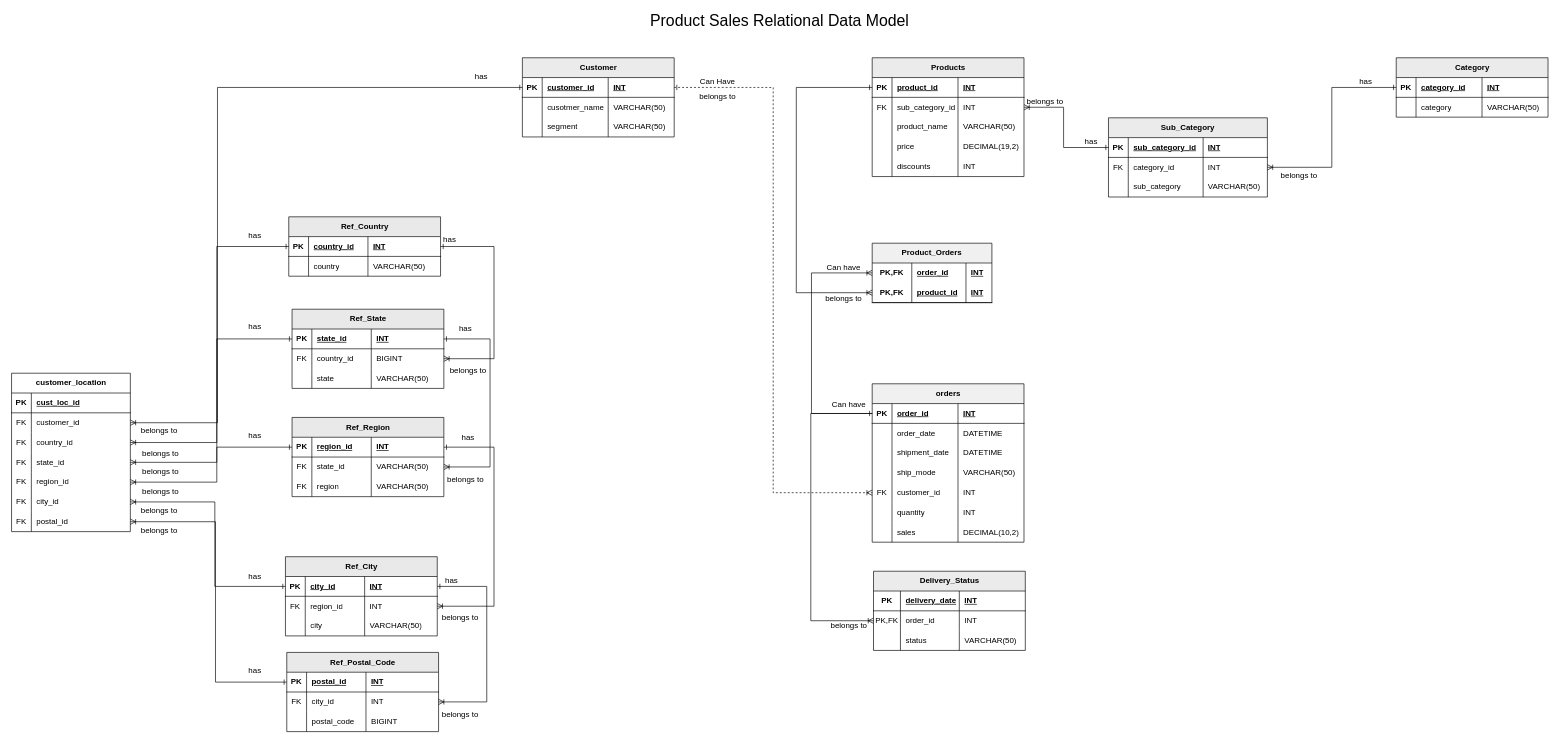
HariHaraChandar0715/Data_Warehouse_Learnings keeps this draw.io diagram as page "product_sales_oltp_dm" (2 of 3) of data_modelling/Entity_Relationship_Diagram/relationships/relationships.drawio. Above is the earlier version. Source tidied: cells renumbered, new cells numbered last; positions are measured from the earlier drawing's top-left corner, leaving out a move shared by most shapes. Both pictures are drawn from the tidied source at 66%, with x=0, y=0 at pixel (11, 11).
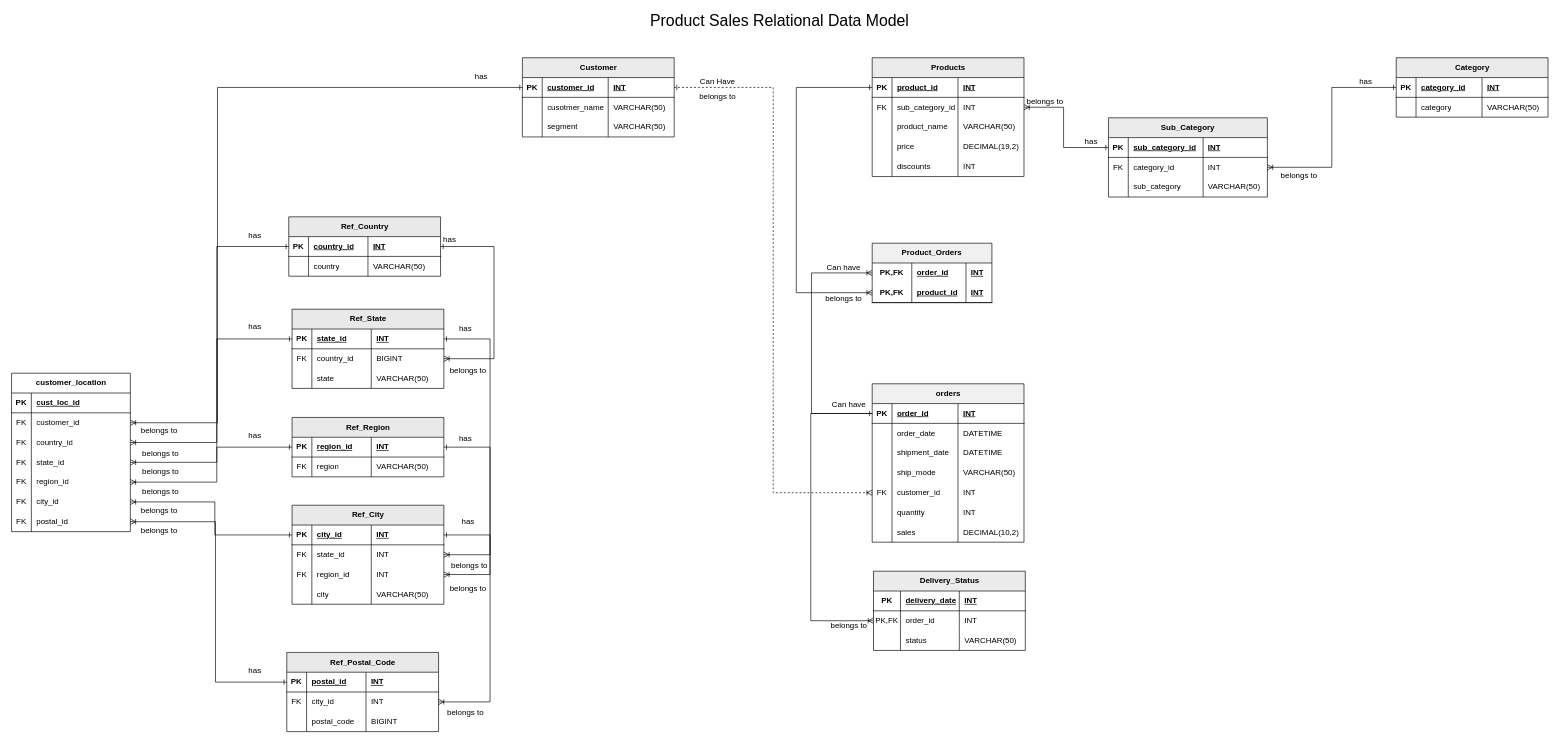
The same diagram, later.

Unchanged cells that the change refers to:
```xml
<mxCell id="109" style="shape=tableRow;horizontal=0;startSize=0;swimlaneHead=0;swimlaneBody=0;fillColor=none;points=[[0,0.5],[1,0.5]];portConstraint=eastwest;top=0;left=0;right=0;bottom=1;" parent="108" vertex="1">
  <mxGeometry y="30" width="230" height="30" as="geometry" />
</mxCell>
<mxCell id="122" style="shape=tableRow;horizontal=0;startSize=0;swimlaneHead=0;swimlaneBody=0;fillColor=none;points=[[0,0.5],[1,0.5]];portConstraint=eastwest;top=0;left=0;right=0;bottom=1;" parent="121" vertex="1">
  <mxGeometry y="30" width="230" height="30" as="geometry" />
</mxCell>
<mxCell id="135" style="shape=tableRow;horizontal=0;startSize=0;swimlaneHead=0;swimlaneBody=0;fillColor=none;points=[[0,0.5],[1,0.5]];portConstraint=eastwest;top=0;left=0;right=0;bottom=1;" parent="134" vertex="1">
  <mxGeometry y="30" width="230" height="30" as="geometry" />
</mxCell>
<mxCell id="139" style="shape=tableRow;horizontal=0;startSize=0;swimlaneHead=0;swimlaneBody=0;fillColor=none;points=[[0,0.5],[1,0.5]];portConstraint=eastwest;top=0;left=0;right=0;bottom=0;" parent="134" vertex="1">
  <mxGeometry y="60" width="230" height="30" as="geometry" />
</mxCell>
<mxCell id="143" style="shape=tableRow;horizontal=0;startSize=0;swimlaneHead=0;swimlaneBody=0;fillColor=none;points=[[0,0.5],[1,0.5]];portConstraint=eastwest;top=0;left=0;right=0;bottom=0;" parent="134" vertex="1">
  <mxGeometry y="90" width="230" height="30" as="geometry" />
</mxCell>
<mxCell id="152" style="shape=tableRow;horizontal=0;startSize=0;swimlaneHead=0;swimlaneBody=0;fillColor=none;points=[[0,0.5],[1,0.5]];portConstraint=eastwest;top=0;left=0;right=0;bottom=0;" parent="147" vertex="1">
  <mxGeometry y="60" width="230" height="30" as="geometry" />
</mxCell>
<mxCell id="213" style="shape=tableRow;horizontal=0;startSize=0;swimlaneHead=0;swimlaneBody=0;fillColor=none;points=[[0,0.5],[1,0.5]];portConstraint=eastwest;top=0;left=0;right=0;bottom=0;" parent="197" vertex="1">
  <mxGeometry y="180" width="180" height="30" as="geometry" />
</mxCell>
```

The edit, as a diff of the source:
```diff
@@
     <mxCell id="121" value="Ref_Region" style="shape=table;startSize=30;childLayout=tableLayout;rowLines=0;fontStyle=1;align=center;html=1;fillColor=#E9E9E9;" parent="1" vertex="1">
-      <mxGeometry x="425" y="615" width="230" height="120" as="geometry" />
+      <mxGeometry x="425" y="615" width="230" height="90" as="geometry" />
     </mxCell>
@@
-    <mxCell id="126" style="shape=tableRow;horizontal=0;startSize=0;swimlaneHead=0;swimlaneBody=0;fillColor=none;points=[[0,0.5],[1,0.5]];portConstraint=eastwest;top=0;left=0;right=0;bottom=0;" parent="121" vertex="1">
-      <mxGeometry y="60" width="230" height="30" as="geometry" />
-    </mxCell>
-    <mxCell id="127" value="FK" style="shape=partialRectangle;fillColor=none;top=0;left=0;bottom=0;right=0;overflow=hidden;whiteSpace=wrap;html=1;" parent="126" vertex="1">
-      <mxGeometry width="30" height="30" as="geometry" />
-    </mxCell>
-    <mxCell id="128" value="state_id" style="shape=partialRectangle;fillColor=none;top=0;left=0;bottom=0;right=0;align=left;spacingLeft=6;overflow=hidden;whiteSpace=wrap;html=1;" parent="126" vertex="1">
-      <mxGeometry x="30" width="90" height="30" as="geometry" />
-    </mxCell>
-    <mxCell id="129" value="VARCHAR(50)" style="shape=partialRectangle;fillColor=none;top=0;left=0;bottom=0;right=0;align=left;spacingLeft=6;overflow=hidden;whiteSpace=wrap;html=1;" parent="126" vertex="1">
-      <mxGeometry x="120" width="110" height="30" as="geometry" />
-    </mxCell>
     <mxCell id="130" style="shape=tableRow;horizontal=0;startSize=0;swimlaneHead=0;swimlaneBody=0;fillColor=none;top=0;left=0;right=0;bottom=0;" parent="121" vertex="1">
-      <mxGeometry y="90" width="230" height="30" as="geometry" />
+      <mxGeometry y="60" width="230" height="30" as="geometry" />
     </mxCell>
@@
     <mxCell id="134" value="Ref_City" style="shape=table;startSize=30;childLayout=tableLayout;rowLines=0;fontStyle=1;align=center;html=1;fillColor=#E9E9E9;" parent="1" vertex="1">
-      <mxGeometry x="415" y="826" width="230" height="120" as="geometry" />
+      <mxGeometry x="425" y="748" width="230" height="150" as="geometry" />
     </mxCell>
@@
-    <mxCell id="141" value="region_id" style="shape=partialRectangle;fillColor=none;top=0;left=0;bottom=0;right=0;align=left;spacingLeft=6;overflow=hidden;whiteSpace=wrap;html=1;" parent="139" vertex="1">
+    <mxCell id="141" value="state_id" style="shape=partialRectangle;fillColor=none;top=0;left=0;bottom=0;right=0;align=left;spacingLeft=6;overflow=hidden;whiteSpace=wrap;html=1;" parent="139" vertex="1">
       <mxGeometry x="30" width="90" height="30" as="geometry" />
     </mxCell>
@@
-    <mxCell id="144" style="shape=partialRectangle;fillColor=none;top=0;left=0;bottom=0;right=0;overflow=hidden;whiteSpace=wrap;html=1;" parent="143" vertex="1">
+    <mxCell id="144" value="FK" style="shape=partialRectangle;fillColor=none;top=0;left=0;bottom=0;right=0;overflow=hidden;whiteSpace=wrap;html=1;" parent="143" vertex="1">
       <mxGeometry width="30" height="30" as="geometry" />
     </mxCell>
-    <mxCell id="145" value="city" style="shape=partialRectangle;fillColor=none;top=0;left=0;bottom=0;right=0;align=left;spacingLeft=6;overflow=hidden;whiteSpace=wrap;html=1;" parent="143" vertex="1">
+    <mxCell id="145" value="region_id" style="shape=partialRectangle;fillColor=none;top=0;left=0;bottom=0;right=0;align=left;spacingLeft=6;overflow=hidden;whiteSpace=wrap;html=1;" parent="143" vertex="1">
       <mxGeometry x="30" width="90" height="30" as="geometry" />
     </mxCell>
-    <mxCell id="146" value="VARCHAR(50)" style="shape=partialRectangle;fillColor=none;top=0;left=0;bottom=0;right=0;align=left;spacingLeft=6;overflow=hidden;whiteSpace=wrap;html=1;" parent="143" vertex="1">
+    <mxCell id="146" value="INT" style="shape=partialRectangle;fillColor=none;top=0;left=0;bottom=0;right=0;align=left;spacingLeft=6;overflow=hidden;whiteSpace=wrap;html=1;" parent="143" vertex="1">
       <mxGeometry x="120" width="110" height="30" as="geometry" />
     </mxCell>
+    <mxCell id="239" style="shape=tableRow;horizontal=0;startSize=0;swimlaneHead=0;swimlaneBody=0;fillColor=none;top=0;left=0;right=0;bottom=0;" parent="134" vertex="1">
+      <mxGeometry y="120" width="230" height="30" as="geometry" />
+    </mxCell>
+    <mxCell id="240" style="shape=partialRectangle;fillColor=none;top=0;left=0;bottom=0;right=0;overflow=hidden;whiteSpace=wrap;html=1;" parent="239" vertex="1">
+      <mxGeometry width="30" height="30" as="geometry" />
+    </mxCell>
+    <mxCell id="241" value="city" style="shape=partialRectangle;fillColor=none;top=0;left=0;bottom=0;right=0;align=left;spacingLeft=6;overflow=hidden;whiteSpace=wrap;html=1;" parent="239" vertex="1">
+      <mxGeometry x="30" width="90" height="30" as="geometry" />
+    </mxCell>
+    <mxCell id="129" value="VARCHAR(50)" style="shape=partialRectangle;fillColor=none;top=0;left=0;bottom=0;right=0;align=left;spacingLeft=6;overflow=hidden;whiteSpace=wrap;html=1;" parent="239" vertex="1">
+      <mxGeometry x="120" width="110" height="30" as="geometry" />
+    </mxCell>
@@
-    <mxCell id="160" style="edgeStyle=orthogonalEdgeStyle;fontSize=12;html=1;endArrow=ERoneToMany;rounded=0;exitX=1;exitY=0.5;exitDx=0;exitDy=0;entryX=1;entryY=0.5;entryDx=0;entryDy=0;startArrow=ERone;startFill=0;" parent="1" edge="1" source="135" target="152">
-      <mxGeometry relative="1" as="geometry">
-        <Array as="points">
-          <mxPoint x="720" y="871" />
-          <mxPoint x="720" y="1046" />
-        </Array>
-      </mxGeometry>
-    </mxCell>
@@
     <mxCell id="191" value="has" style="text;html=1;whiteSpace=wrap;strokeColor=none;fillColor=none;align=center;verticalAlign=middle;rounded=0;" parent="1" vertex="1">
-      <mxGeometry x="662" y="631" width="60" height="30" as="geometry" />
+      <mxGeometry x="658" y="632" width="60" height="30" as="geometry" />
     </mxCell>
-    <mxCell id="192" value="has" style="text;html=1;whiteSpace=wrap;strokeColor=none;fillColor=none;align=center;verticalAlign=middle;rounded=0;" parent="1" vertex="1">
-      <mxGeometry x="637" y="848" width="60" height="30" as="geometry" />
-    </mxCell>
     <mxCell id="193" value="belongs to" style="text;html=1;whiteSpace=wrap;strokeColor=none;fillColor=none;align=center;verticalAlign=middle;rounded=0;" parent="1" vertex="1">
-      <mxGeometry x="650" y="1051" width="60" height="30" as="geometry" />
+      <mxGeometry x="658" y="1047" width="60" height="30" as="geometry" />
     </mxCell>
     <mxCell id="194" value="belongs to" style="text;html=1;whiteSpace=wrap;strokeColor=none;fillColor=none;align=center;verticalAlign=middle;rounded=0;" parent="1" vertex="1">
-      <mxGeometry x="650" y="903" width="60" height="30" as="geometry" />
+      <mxGeometry x="664" y="824" width="60" height="30" as="geometry" />
     </mxCell>
     <mxCell id="195" value="belongs to" style="text;html=1;whiteSpace=wrap;strokeColor=none;fillColor=none;align=center;verticalAlign=middle;rounded=0;" parent="1" vertex="1">
-      <mxGeometry x="658" y="695" width="60" height="30" as="geometry" />
+      <mxGeometry x="662" y="860" width="60" height="30" as="geometry" />
     </mxCell>
@@
-    <mxCell id="222" style="edgeStyle=orthogonalEdgeStyle;fontSize=12;html=1;endArrow=ERoneToMany;rounded=0;entryX=1;entryY=0.5;entryDx=0;entryDy=0;exitX=0;exitY=0.5;exitDx=0;exitDy=0;startArrow=ERone;startFill=0;" parent="1" edge="1" source="135" target="213">
-      <mxGeometry relative="1" as="geometry">
-        <Array as="points">
-          <mxPoint x="308" y="871" />
-          <mxPoint x="308" y="743" />
-        </Array>
-      </mxGeometry>
-    </mxCell>
@@
-    <mxCell id="226" style="edgeStyle=orthogonalEdgeStyle;fontSize=12;html=1;endArrow=ERoneToMany;rounded=0;exitX=1;exitY=0.5;exitDx=0;exitDy=0;entryX=1;entryY=0.5;entryDx=0;entryDy=0;startArrow=ERone;startFill=0;" parent="1" edge="1" source="109" target="126">
-      <mxGeometry relative="1" as="geometry">
-        <Array as="points">
-          <mxPoint x="725" y="496" />
-          <mxPoint x="725" y="690" />
-        </Array>
-      </mxGeometry>
-    </mxCell>
-    <mxCell id="227" style="edgeStyle=orthogonalEdgeStyle;fontSize=12;html=1;endArrow=ERoneToMany;rounded=0;exitX=1;exitY=0.5;exitDx=0;exitDy=0;entryX=1;entryY=0.5;entryDx=0;entryDy=0;startArrow=ERone;startFill=0;" parent="1" edge="1" source="122" target="139">
-      <mxGeometry relative="1" as="geometry">
-        <Array as="points">
-          <mxPoint x="731" y="660" />
-          <mxPoint x="731" y="901" />
-        </Array>
-      </mxGeometry>
-    </mxCell>
@@
     <mxCell id="237" value="has" style="text;html=1;whiteSpace=wrap;strokeColor=none;fillColor=none;align=center;verticalAlign=middle;rounded=0;" parent="1" vertex="1">
-      <mxGeometry x="339" y="842" width="60" height="30" as="geometry" />
+      <mxGeometry x="662" y="758" width="60" height="30" as="geometry" />
     </mxCell>
@@
+    <mxCell id="242" style="edgeStyle=orthogonalEdgeStyle;fontSize=12;html=1;endArrow=ERoneToMany;rounded=0;exitX=1;exitY=0.5;exitDx=0;exitDy=0;entryX=1;entryY=0.5;entryDx=0;entryDy=0;startArrow=ERone;startFill=0;" parent="1" edge="1" source="122" target="143">
+      <mxGeometry relative="1" as="geometry">
+        <Array as="points">
+          <mxPoint x="725" y="660" />
+          <mxPoint x="725" y="853" />
+        </Array>
+      </mxGeometry>
+    </mxCell>
+    <mxCell id="243" style="edgeStyle=orthogonalEdgeStyle;fontSize=12;html=1;endArrow=ERoneToMany;rounded=0;exitX=1;exitY=0.5;exitDx=0;exitDy=0;entryX=1;entryY=0.5;entryDx=0;entryDy=0;startArrow=ERone;startFill=0;" parent="1" edge="1" source="109" target="139">
+      <mxGeometry relative="1" as="geometry">
+        <Array as="points">
+          <mxPoint x="725" y="496" />
+          <mxPoint x="725" y="823" />
+        </Array>
+      </mxGeometry>
+    </mxCell>
+    <mxCell id="160" style="edgeStyle=orthogonalEdgeStyle;fontSize=12;html=1;endArrow=ERoneToMany;rounded=0;exitX=1;exitY=0.5;exitDx=0;exitDy=0;entryX=1;entryY=0.5;entryDx=0;entryDy=0;startArrow=ERone;startFill=0;" parent="1" edge="1" source="135" target="152">
+      <mxGeometry relative="1" as="geometry">
+        <Array as="points">
+          <mxPoint x="725" y="793" />
+          <mxPoint x="725" y="1046" />
+        </Array>
+      </mxGeometry>
+    </mxCell>
+    <mxCell id="244" style="edgeStyle=orthogonalEdgeStyle;fontSize=12;html=1;endArrow=ERone;rounded=0;exitX=1;exitY=0.5;exitDx=0;exitDy=0;entryX=0;entryY=0.5;entryDx=0;entryDy=0;startArrow=ERoneToMany;startFill=0;endFill=0;" parent="1" edge="1" source="213" target="135">
+      <mxGeometry relative="1" as="geometry">
+        <Array as="points">
+          <mxPoint x="308" y="743" />
+          <mxPoint x="308" y="793" />
+        </Array>
+      </mxGeometry>
+    </mxCell>
```
